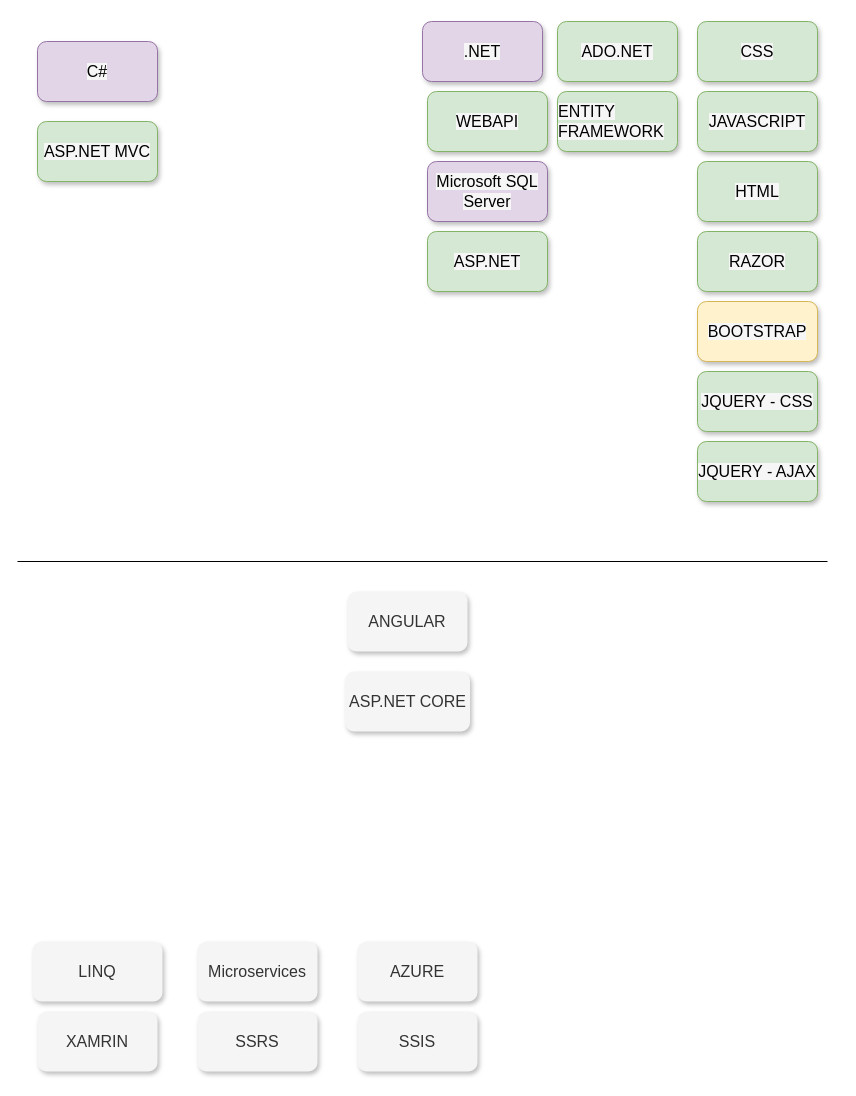
The draw.io diagram TechnologiesList.drawio in surfersulver994/PAT, before the edit. Source tidied: cells renumbered, new cells numbered last; positions are measured from the earlier drawing's top-left corner, leaving out a move shared by most shapes. Both pictures are drawn from the tidied source at 100%, with x=0, y=0 at pixel (17, 21).
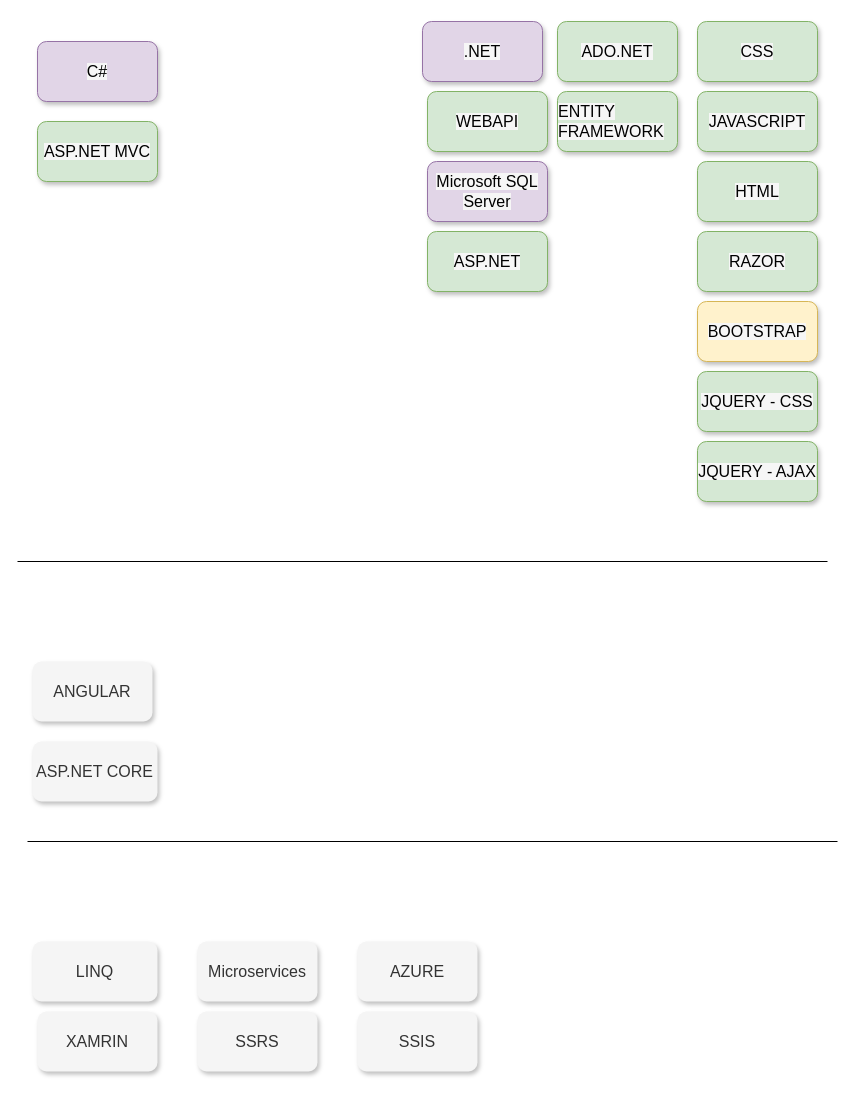
The same diagram, later.

Diff of the diagram source:
```diff
@@
     <mxCell id="17" value="&lt;div style=&quot;text-align: left&quot;&gt;&lt;span style=&quot;font-family: &amp;#34;fixemoji&amp;#34; , &amp;#34;roboto mono&amp;#34; , sans-serif ; font-size: 16px ; background-color: rgb(246 , 246 , 246)&quot;&gt;LINQ&lt;/span&gt;&lt;br&gt;&lt;/div&gt;" style="rounded=1;whiteSpace=wrap;html=1;glass=0;shadow=1;fontColor=#333333;fillColor=#f5f5f5;strokeColor=none;" parent="1" vertex="1">
-      <mxGeometry x="15" y="920" width="130" height="60" as="geometry" />
+      <mxGeometry x="15" y="920" width="125" height="60" as="geometry" />
     </mxCell>
@@
     <mxCell id="19" value="&lt;div style=&quot;text-align: left&quot;&gt;&lt;span style=&quot;font-family: &amp;#34;fixemoji&amp;#34; , &amp;#34;roboto mono&amp;#34; , sans-serif ; font-size: 16px ; background-color: rgb(246 , 246 , 246)&quot;&gt;ASP.NET CORE&lt;/span&gt;&lt;br&gt;&lt;/div&gt;" style="rounded=1;whiteSpace=wrap;html=1;glass=0;shadow=1;fontColor=#333333;fillColor=#f5f5f5;strokeColor=none;" parent="1" vertex="1">
-      <mxGeometry x="327.5" y="650" width="125" height="60" as="geometry" />
+      <mxGeometry x="15" y="720" width="125" height="60" as="geometry" />
     </mxCell>
     <mxCell id="20" value="&lt;div style=&quot;text-align: left&quot;&gt;&lt;span style=&quot;font-family: &amp;#34;fixemoji&amp;#34; , &amp;#34;roboto mono&amp;#34; , sans-serif ; font-size: 16px ; background-color: rgb(246 , 246 , 246)&quot;&gt;ANGULAR&lt;/span&gt;&lt;br&gt;&lt;/div&gt;" style="rounded=1;whiteSpace=wrap;html=1;glass=0;shadow=1;fontColor=#333333;fillColor=#f5f5f5;strokeColor=none;" parent="1" vertex="1">
-      <mxGeometry x="330" y="570" width="120" height="60" as="geometry" />
+      <mxGeometry x="15" y="640" width="120" height="60" as="geometry" />
     </mxCell>
@@
+    <mxCell id="26" style="endArrow=none;html=1;" parent="1" edge="1">
+      <mxGeometry relative="1" as="geometry">
+        <mxPoint x="10" y="820" as="sourcePoint" />
+        <mxPoint x="820" y="820" as="targetPoint" />
+      </mxGeometry>
+    </mxCell>
```
